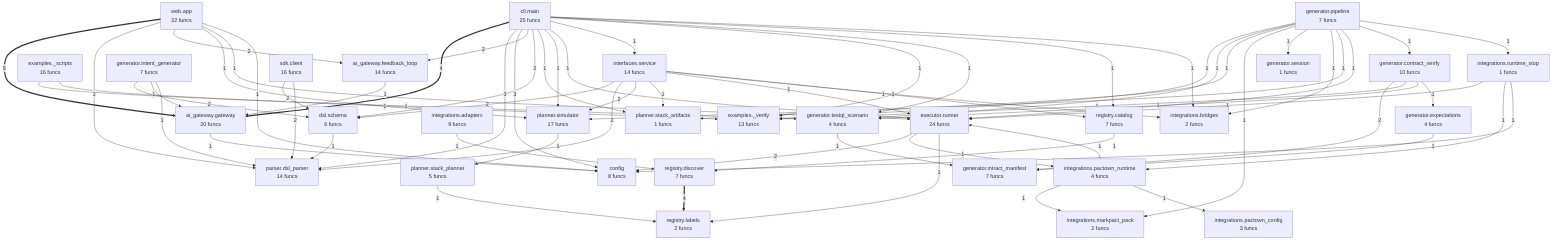
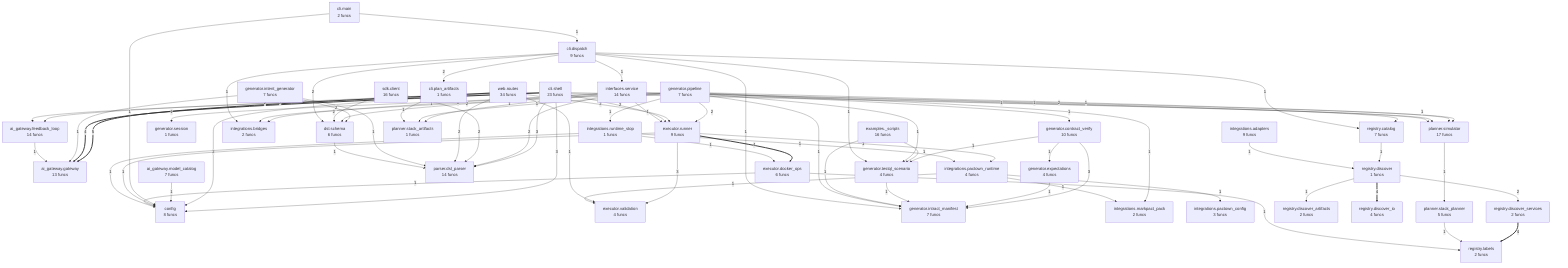
flowchart TD
%% generated in 0.01s
    ai_gateway__feedback_loop["ai_gateway.feedback_loop<br/>14 funcs"]
-     ai_gateway__gateway["ai_gateway.gateway<br/>20 funcs"]
-     cli__main["cli.main<br/>25 funcs"]
+     ai_gateway__gateway["ai_gateway.gateway<br/>13 funcs"]
+     ai_gateway__model_catalog["ai_gateway.model_catalog<br/>7 funcs"]
+     cli__dispatch["cli.dispatch<br/>9 funcs"]
+     cli__main["cli.main<br/>2 funcs"]
+     cli__plan_artifacts["cli.plan_artifacts<br/>1 funcs"]
+     cli__shell["cli.shell<br/>23 funcs"]
    config["config<br/>8 funcs"]
    dsl__schema["dsl.schema<br/>6 funcs"]
    examples___scripts["examples._scripts<br/>16 funcs"]
-     examples___verify["examples._verify<br/>13 funcs"]
-     executor__runner["executor.runner<br/>24 funcs"]
+     executor__docker_ops["executor.docker_ops<br/>6 funcs"]
+     executor__runner["executor.runner<br/>9 funcs"]
+     executor__validation["executor.validation<br/>4 funcs"]
    generator__contract_verify["generator.contract_verify<br/>10 funcs"]
    generator__expectations["generator.expectations<br/>4 funcs"]
    generator__intent_generator["generator.intent_generator<br/>7 funcs"]
    generator__intract_manifest["generator.intract_manifest<br/>7 funcs"]
    generator__pipeline["generator.pipeline<br/>7 funcs"]
    generator__session["generator.session<br/>1 funcs"]
    generator__testql_scenario["generator.testql_scenario<br/>4 funcs"]
    integrations__adapters["integrations.adapters<br/>9 funcs"]
    integrations__bridges["integrations.bridges<br/>2 funcs"]
    integrations__markpact_pack["integrations.markpact_pack<br/>2 funcs"]
    integrations__pactown_config["integrations.pactown_config<br/>3 funcs"]
    integrations__pactown_runtime["integrations.pactown_runtime<br/>4 funcs"]
    integrations__runtime_stop["integrations.runtime_stop<br/>1 funcs"]
    interfaces__service["interfaces.service<br/>14 funcs"]
    parser__dsl_parser["parser.dsl_parser<br/>14 funcs"]
    planner__simulator["planner.simulator<br/>17 funcs"]
    planner__stack_artifacts["planner.stack_artifacts<br/>1 funcs"]
    planner__stack_planner["planner.stack_planner<br/>5 funcs"]
    registry__catalog["registry.catalog<br/>7 funcs"]
-     registry__discover["registry.discover<br/>7 funcs"]
+     registry__discover["registry.discover<br/>1 funcs"]
+     registry__discover_artifacts["registry.discover_artifacts<br/>2 funcs"]
+     registry__discover_io["registry.discover_io<br/>4 funcs"]
+     registry__discover_services["registry.discover_services<br/>2 funcs"]
    registry__labels["registry.labels<br/>2 funcs"]
    sdk__client["sdk.client<br/>16 funcs"]
-     web__app["web.app<br/>32 funcs"]
-     web__app ==>|5| ai_gateway__gateway
-     registry__discover ==>|4| registry__labels
-     cli__main ==>|4| ai_gateway__gateway
-     cli__main -->|3| parser__dsl_parser
-     cli__main -->|3| config
+     web__routes["web.routes<br/>34 funcs"]
+     web__routes ==>|5| ai_gateway__gateway
+     cli__shell ==>|4| ai_gateway__gateway
+     registry__discover_services ==>|4| registry__labels
+     registry__discover ==>|4| registry__discover_io
+     executor__runner ==>|4| executor__docker_ops
+     generator__contract_verify -->|3| generator__intract_manifest
+     cli__shell -->|3| parser__dsl_parser
+     cli__shell -->|3| config
+     executor__runner -->|3| executor__validation
+     generator__intent_generator -->|2| dsl__schema
    interfaces__service -->|2| dsl__schema
    interfaces__service -->|2| parser__dsl_parser
    interfaces__service -->|2| planner__simulator
-     executor__runner -->|2| config
    sdk__client -->|2| dsl__schema
    sdk__client -->|2| parser__dsl_parser
-     generator__contract_verify -->|2| generator__intract_manifest
-     cli__main -->|2| ai_gateway__feedback_loop
-     cli__main -->|2| dsl__schema
-     generator__intent_generator -->|2| dsl__schema
-     web__app -->|2| parser__dsl_parser
-     web__app -->|2| ai_gateway__feedback_loop
+     generator__pipeline -->|2| executor__runner
+     web__routes -->|2| ai_gateway__feedback_loop
+     web__routes -->|2| parser__dsl_parser
+     web__routes -->|2| executor__runner
+     web__routes -->|2| config
+     cli__dispatch -->|2| dsl__schema
+     cli__dispatch -->|2| cli__plan_artifacts
+     cli__shell -->|2| executor__runner
+     cli__shell -->|2| ai_gateway__feedback_loop
+     registry__discover -->|2| registry__discover_services
    generator__expectations -->|1| generator__intract_manifest
+     generator__intent_generator -->|1| ai_gateway__gateway
+     generator__intent_generator -->|1| parser__dsl_parser
    generator__testql_scenario -->|1| generator__intract_manifest
+     generator__contract_verify -->|1| generator__testql_scenario
+     generator__contract_verify -->|1| generator__expectations
    examples___scripts -->|1| generator__testql_scenario
-     examples___scripts -->|1| examples___verify
-     ai_gateway__gateway -->|1| config
-     ai_gateway__feedback_loop -->|1| ai_gateway__gateway
+     examples___scripts -->|1| generator__intract_manifest
+     planner__stack_planner -->|1| registry__labels
    planner__simulator -->|1| planner__stack_planner
    registry__catalog -->|1| registry__discover
-     planner__stack_planner -->|1| registry__labels
    interfaces__service -->|1| planner__stack_artifacts
    interfaces__service -->|1| executor__runner
    interfaces__service -->|1| integrations__bridges
    interfaces__service -->|1| registry__catalog
-     executor__runner -->|1| integrations__pactown_runtime
-     executor__runner -->|1| registry__labels
-     integrations__runtime_stop -->|1| executor__runner
-     integrations__runtime_stop -->|1| integrations__pactown_runtime
-     integrations__runtime_stop -->|1| config
    integrations__adapters -->|1| registry__discover
-     integrations__pactown_runtime -->|1| executor__runner
-     integrations__pactown_runtime -->|1| integrations__markpact_pack
-     integrations__pactown_runtime -->|1| integrations__pactown_config
-     generator__contract_verify -->|1| examples___verify
-     generator__contract_verify -->|1| generator__testql_scenario
-     generator__contract_verify -->|1| generator__expectations
-     cli__main -->|1| planner__stack_artifacts
-     cli__main -->|1| planner__simulator
-     cli__main -->|1| executor__runner
-     cli__main -->|1| interfaces__service
-     cli__main -->|1| examples___verify
-     cli__main -->|1| generator__testql_scenario
-     cli__main -->|1| registry__catalog
-     cli__main -->|1| integrations__bridges
-     generator__intent_generator -->|1| ai_gateway__gateway
-     generator__intent_generator -->|1| parser__dsl_parser
-     generator__pipeline -->|1| examples___verify
+     dsl__schema -->|1| parser__dsl_parser
+     generator__pipeline -->|1| generator__intract_manifest
    generator__pipeline -->|1| generator__testql_scenario
    generator__pipeline -->|1| planner__stack_artifacts
    generator__pipeline -->|1| integrations__markpact_pack
    generator__pipeline -->|1| generator__session
    generator__pipeline -->|1| integrations__bridges
    generator__pipeline -->|1| planner__simulator
-     generator__pipeline -->|1| executor__runner
    generator__pipeline -->|1| generator__contract_verify
    generator__pipeline -->|1| integrations__runtime_stop
-     dsl__schema -->|1| parser__dsl_parser
-     web__app -->|1| planner__simulator
-     web__app -->|1| executor__runner
-     web__app -->|1| config
+     web__routes -->|1| planner__simulator
+     web__routes -->|1| executor__validation
+     ai_gateway__model_catalog -->|1| config
+     ai_gateway__feedback_loop -->|1| ai_gateway__gateway
+     cli__plan_artifacts -->|1| planner__stack_artifacts
+     cli__dispatch -->|1| interfaces__service
+     cli__dispatch -->|1| generator__intract_manifest
+     cli__dispatch -->|1| generator__testql_scenario
+     cli__dispatch -->|1| integrations__bridges
+     cli__dispatch -->|1| registry__catalog
+     cli__shell -->|1| planner__simulator
+     cli__main -->|1| cli__dispatch
+     cli__main -->|1| config
+     registry__discover -->|1| registry__discover_artifacts
+     executor__runner -->|1| config
+     executor__runner -->|1| integrations__pactown_runtime
+     executor__docker_ops -->|1| config
+     executor__docker_ops -->|1| registry__labels
+     integrations__pactown_runtime -->|1| executor__validation
+     integrations__pactown_runtime -->|1| integrations__markpact_pack
+     integrations__pactown_runtime -->|1| integrations__pactown_config
+     integrations__runtime_stop -->|1| executor__docker_ops
+     integrations__runtime_stop -->|1| integrations__pactown_runtime
+     integrations__runtime_stop -->|1| config
